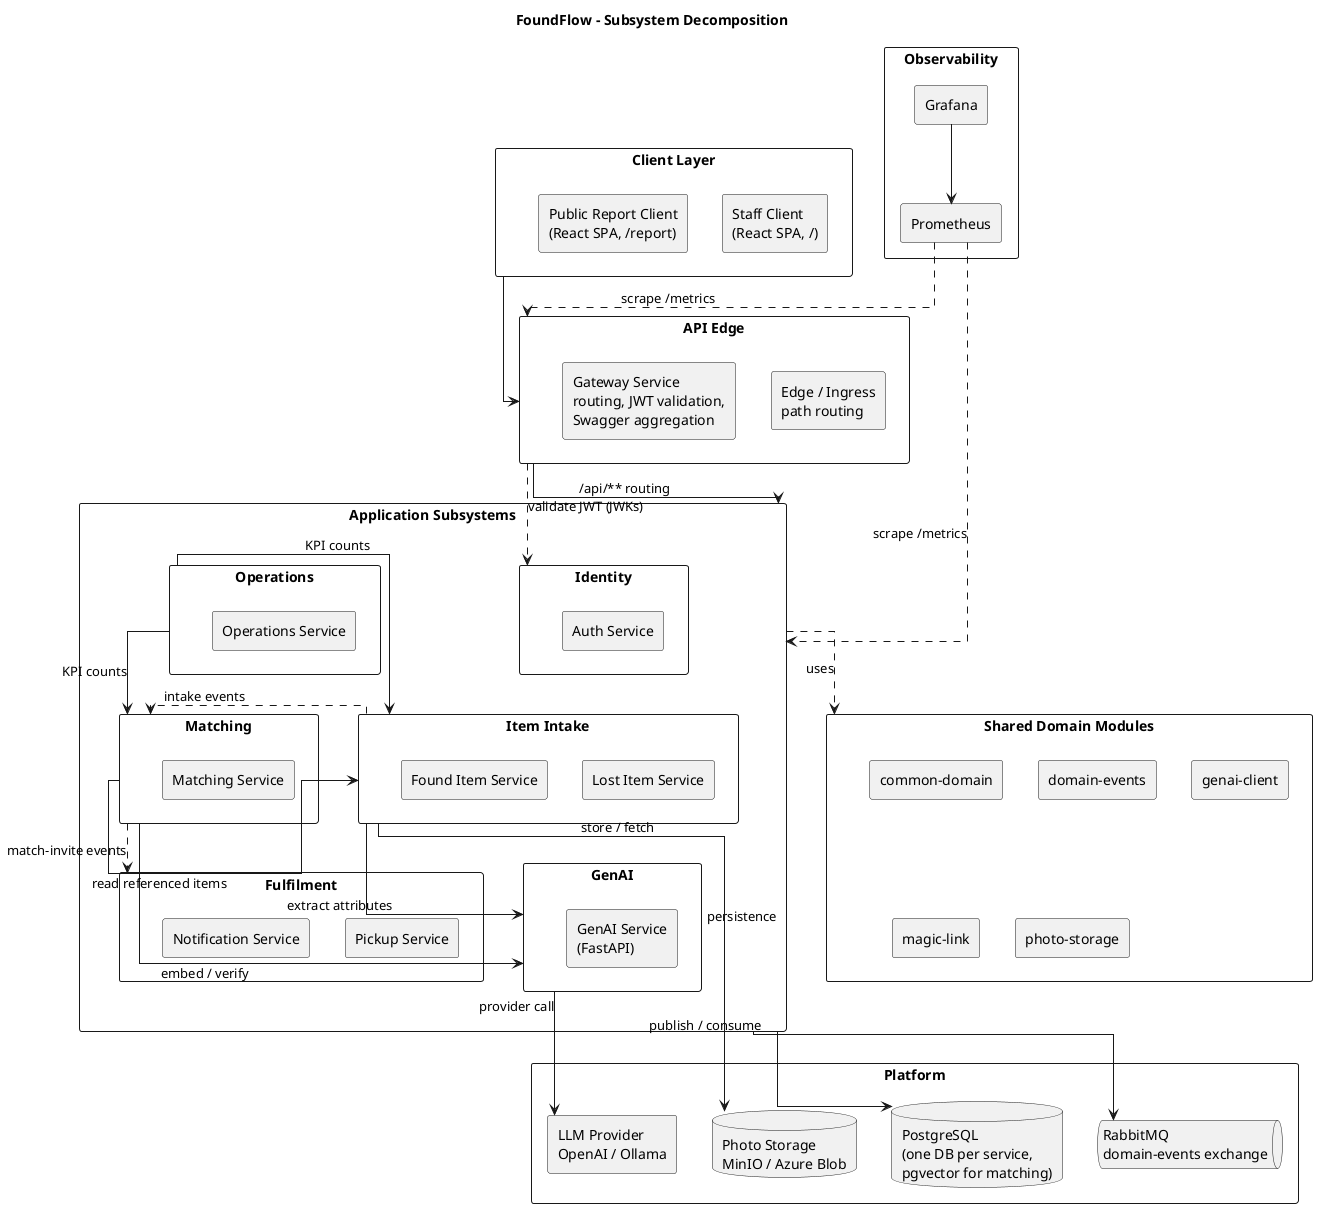
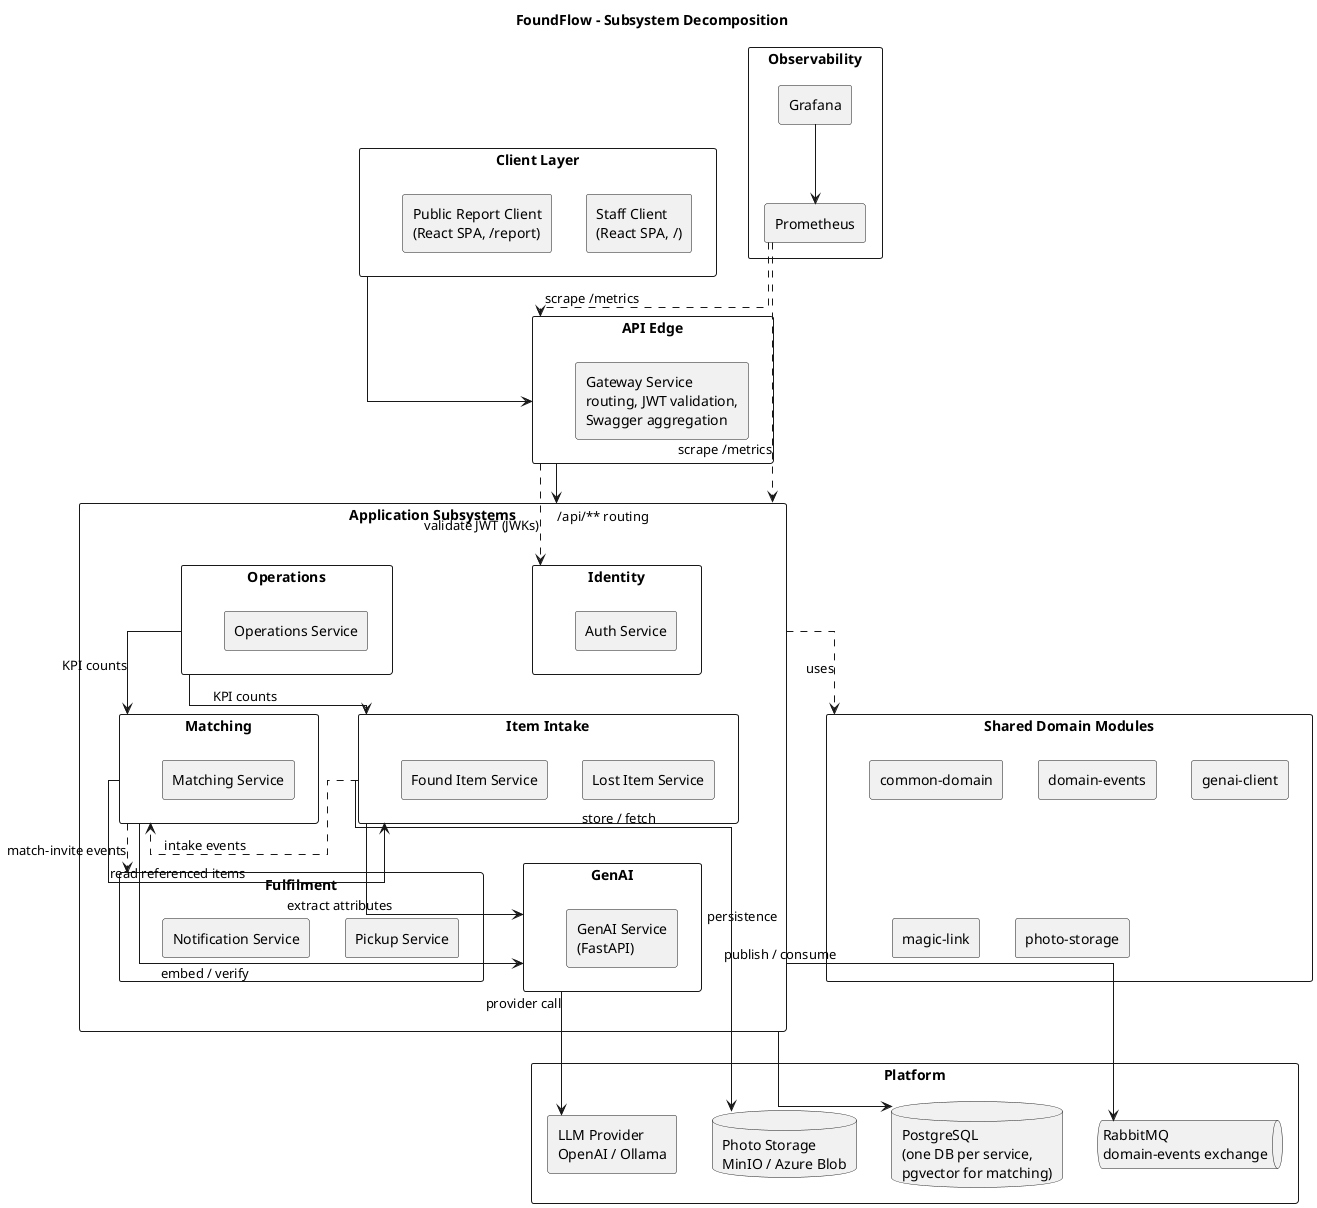
@startuml
title FoundFlow - Subsystem Decomposition

skinparam packageStyle rectangle
skinparam componentStyle rectangle
skinparam shadowing false
skinparam linetype ortho
top to bottom direction

' Structural decomposition into subsystems. Arrows are subsystem-level
' dependencies (calls / depends-on), drawn top-down so upper layers depend on
' lower layers. Detailed per-service REST/event/photo wiring lives in
' service-communication-diagram.puml; this view stays at subsystem granularity.

package "Client Layer" as L_Client {
  [Staff Client\n(React SPA, /)] as StaffClient
  [Public Report Client\n(React SPA, /report)] as ReportClient
}

package "API Edge" as L_Edge {
-   [Edge / Ingress\npath routing] as Edge
  [Gateway Service\nrouting, JWT validation,\nSwagger aggregation] as Gateway
}

package "Application Subsystems" as L_App {
  package "Identity" as S_Identity {
    [Auth Service]
  }
  package "Item Intake" as S_Intake {
    [Lost Item Service]
    [Found Item Service]
  }
  package "Matching" as S_Match {
    [Matching Service]
  }
  package "Fulfilment" as S_Fulfil {
    [Pickup Service]
    [Notification Service]
  }
  package "Operations" as S_Ops {
    [Operations Service]
  }
  package "GenAI" as S_GenAI {
    [GenAI Service\n(FastAPI)]
  }
}

package "Shared Domain Modules" as L_Shared {
  [common-domain]
  [domain-events]
  [genai-client]
  [magic-link]
  [photo-storage]
}

package "Platform" as L_Platform {
  database "PostgreSQL\n(one DB per service,\npgvector for matching)" as Postgres
  queue "RabbitMQ\ndomain-events exchange" as Rabbit
  database "Photo Storage\nMinIO / Azure Blob" as Photos
  [LLM Provider\nOpenAI / Ollama] as LLM
}

package "Observability" as L_Obs {
  [Prometheus] as Prometheus
  [Grafana] as Grafana
}

' --- Client -> Edge ---
L_Client --> L_Edge

' --- Edge -> Application (routing + auth) ---
L_Edge --> L_App : /api/** routing
L_Edge ..> S_Identity : validate JWT (JWKs)

' --- Defining inter-application dependencies ---
S_Intake --> S_GenAI : extract attributes
S_Match --> S_GenAI : embed / verify
S_Match --> S_Intake : read referenced items
S_Ops --> S_Intake : KPI counts
S_Ops --> S_Match : KPI counts
S_Intake ..> S_Match : intake events
S_Match ..> S_Fulfil : match-invite events

' --- Application -> Shared modules ---
L_App ..> L_Shared : uses

' --- Application -> Platform ---
L_App --> Postgres : persistence
L_App --> Rabbit : publish / consume
S_Intake --> Photos : store / fetch
S_GenAI --> LLM : provider call

' --- Observability ---
Prometheus ..> L_App : scrape /metrics
Prometheus ..> L_Edge : scrape /metrics
Grafana --> Prometheus
@enduml
